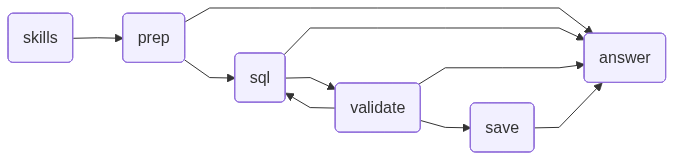
Earlier version of the Mermaid export artifacts/graphs/tabular-agent-graph.png (teron131/tabuflow). Its source is kept beside it as artifacts/graphs/tabular-agent-graph.mmd.
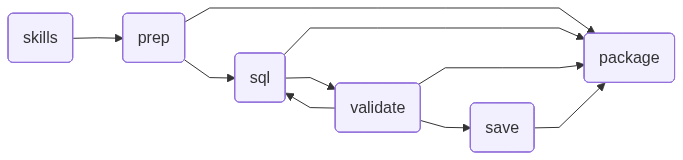
Later version of the same file.

Change to the diagram source:
```diff
@@ -9,14 +9,14 @@
 	sql(sql)
 	validate(validate)
 	save(save)
-	answer(answer)
-	prep --> answer;
+	package(package)
+	prep --> package;
 	prep --> sql;
-	save --> answer;
+	save --> package;
 	skills --> prep;
-	sql --> answer;
+	sql --> package;
 	sql --> validate;
-	validate --> answer;
+	validate --> package;
 	validate --> save;
 	validate --> sql;
 	classDef default fill:#f2f0ff,line-height:1.2
```
